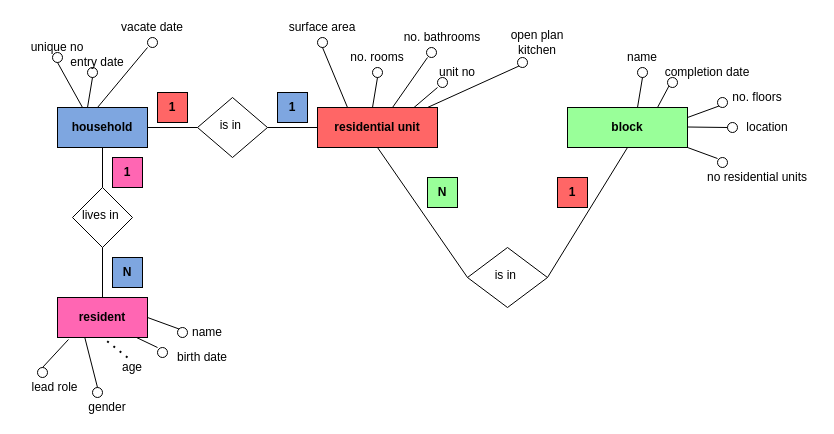
Above: Untitled Diagram.drawio in aarzt21/python (draw.io), before the change. Source tidied: cells renumbered, new cells numbered last; positions are measured from the earlier drawing's top-left corner, leaving out a move shared by most shapes. Both pictures are drawn from the tidied source at 100%, with x=0, y=0 at pixel (17, 17).
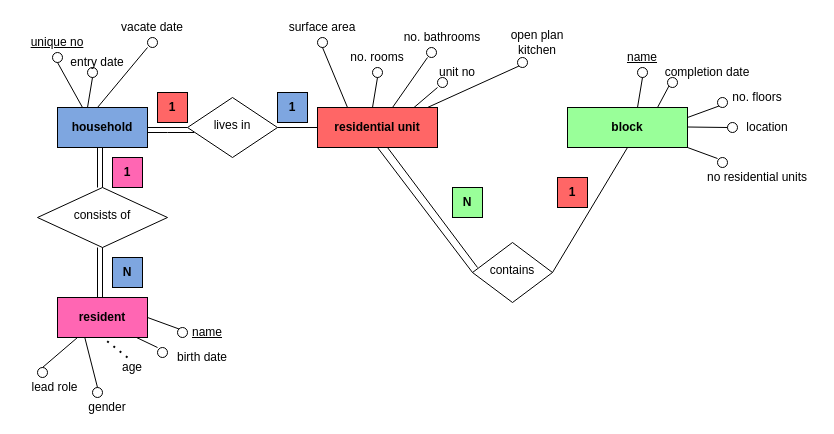
The same page after the edit.

Unchanged cells that the change refers to:
```xml
<mxCell id="54" value="&lt;b&gt;resident&lt;/b&gt;" style="rounded=0;whiteSpace=wrap;html=1;gradientColor=none;fillColor=#FF66B3;" parent="1" vertex="1">
  <mxGeometry x="40" y="280" width="90" height="40" as="geometry" />
</mxCell>
```

Change to the diagram source:
```diff
@@
-    <mxCell id="2" value="is in&amp;nbsp;" style="rhombus;whiteSpace=wrap;html=1;shadow=0;fontFamily=Helvetica;fontSize=12;align=center;strokeWidth=1;spacing=6;spacingTop=-4;" parent="1" vertex="1">
-      <mxGeometry x="450" y="230" width="80" height="60" as="geometry" />
+    <mxCell id="2" value="contains" style="rhombus;whiteSpace=wrap;html=1;shadow=0;fontFamily=Helvetica;fontSize=12;align=center;strokeWidth=1;spacing=6;spacingTop=-4;" parent="1" vertex="1">
+      <mxGeometry x="455" y="225" width="80" height="60" as="geometry" />
     </mxCell>
@@
     <mxCell id="8" value="&lt;b&gt;N&lt;/b&gt;" style="rounded=0;whiteSpace=wrap;html=1;gradientColor=none;fillColor=#99FF99;" parent="1" vertex="1">
-      <mxGeometry x="410" y="160" width="30" height="30" as="geometry" />
+      <mxGeometry x="435" y="170" width="30" height="30" as="geometry" />
     </mxCell>
@@
-    <mxCell id="11" value="name" style="text;html=1;strokeColor=none;fillColor=none;align=center;verticalAlign=middle;whiteSpace=wrap;rounded=0;" parent="1" vertex="1">
+    <mxCell id="11" value="&lt;u&gt;name&lt;/u&gt;" style="text;html=1;strokeColor=none;fillColor=none;align=center;verticalAlign=middle;whiteSpace=wrap;rounded=0;" parent="1" vertex="1">
       <mxGeometry x="605" y="30" width="40" height="20" as="geometry" />
     </mxCell>
@@
-    <mxCell id="24" value="is in&amp;nbsp;" style="rhombus;whiteSpace=wrap;html=1;shadow=0;fontFamily=Helvetica;fontSize=12;align=center;strokeWidth=1;spacing=6;spacingTop=-4;" parent="1" vertex="1">
-      <mxGeometry x="180" y="80" width="70" height="60" as="geometry" />
+    <mxCell id="24" value="lives in" style="rhombus;whiteSpace=wrap;html=1;shadow=0;fontFamily=Helvetica;fontSize=12;align=center;strokeWidth=1;spacing=6;spacingTop=-4;" parent="1" vertex="1">
+      <mxGeometry x="170" y="80" width="90" height="60" as="geometry" />
     </mxCell>
@@
-    <mxCell id="47" value="unique no" style="text;html=1;strokeColor=none;fillColor=none;align=center;verticalAlign=middle;whiteSpace=wrap;rounded=0;" parent="1" vertex="1">
-      <mxGeometry y="20" width="80" height="20" as="geometry" />
+    <mxCell id="47" value="&lt;u&gt;unique no&lt;/u&gt;" style="text;html=1;strokeColor=none;fillColor=none;align=center;verticalAlign=middle;whiteSpace=wrap;rounded=0;" parent="1" vertex="1">
+      <mxGeometry y="15" width="80" height="20" as="geometry" />
     </mxCell>
@@
-    <mxCell id="55" value="lives in&amp;nbsp;" style="rhombus;whiteSpace=wrap;html=1;shadow=0;fontFamily=Helvetica;fontSize=12;align=center;strokeWidth=1;spacing=6;spacingTop=-4;" parent="1" vertex="1">
-      <mxGeometry x="55" y="170" width="60" height="60" as="geometry" />
+    <mxCell id="55" value="consists of" style="rhombus;whiteSpace=wrap;html=1;shadow=0;fontFamily=Helvetica;fontSize=12;align=center;strokeWidth=1;spacing=6;spacingTop=-4;" parent="1" vertex="1">
+      <mxGeometry x="20" y="170" width="130" height="60" as="geometry" />
     </mxCell>
@@
-    <mxCell id="63" value="name" style="text;html=1;strokeColor=none;fillColor=none;align=center;verticalAlign=middle;whiteSpace=wrap;rounded=0;" parent="1" vertex="1">
+    <mxCell id="63" value="&lt;u&gt;name&lt;/u&gt;" style="text;html=1;strokeColor=none;fillColor=none;align=center;verticalAlign=middle;whiteSpace=wrap;rounded=0;" parent="1" vertex="1">
       <mxGeometry x="170" y="305" width="40" height="20" as="geometry" />
     </mxCell>
@@
-    <mxCell id="73" style="endArrow=none;html=1;entryX=0.122;entryY=1.05;entryDx=0;entryDy=0;entryPerimeter=0;" parent="1" edge="1" target="54">
+    <mxCell id="73" style="endArrow=none;html=1;" parent="1" edge="1">
       <mxGeometry relative="1" as="geometry">
         <mxPoint x="25" y="350" as="sourcePoint" />
+        <mxPoint x="60" y="320" as="targetPoint" />
       </mxGeometry>
     </mxCell>
+    <mxCell id="74" style="endArrow=none;html=1;" parent="1" edge="1">
+      <mxGeometry relative="1" as="geometry">
+        <mxPoint x="130" y="115" as="sourcePoint" />
+        <mxPoint x="160" y="115" as="targetPoint" />
+        <Array as="points">
+          <mxPoint x="160" y="115" />
+          <mxPoint x="180" y="115" />
+        </Array>
+      </mxGeometry>
+    </mxCell>
+    <mxCell id="75" style="endArrow=none;html=1;" parent="1" edge="1">
+      <mxGeometry relative="1" as="geometry">
+        <mxPoint x="80" y="280" as="sourcePoint" />
+        <mxPoint x="80" y="230" as="targetPoint" />
+      </mxGeometry>
+    </mxCell>
+    <mxCell id="76" style="endArrow=none;html=1;" parent="1" edge="1">
+      <mxGeometry relative="1" as="geometry">
+        <mxPoint x="460" y="250" as="sourcePoint" />
+        <mxPoint x="370" y="130" as="targetPoint" />
+      </mxGeometry>
+    </mxCell>
+    <mxCell id="77" style="endArrow=none;html=1;" parent="1" edge="1">
+      <mxGeometry relative="1" as="geometry">
+        <mxPoint x="80" y="170" as="sourcePoint" />
+        <mxPoint x="80" y="130" as="targetPoint" />
+      </mxGeometry>
+    </mxCell>
```
